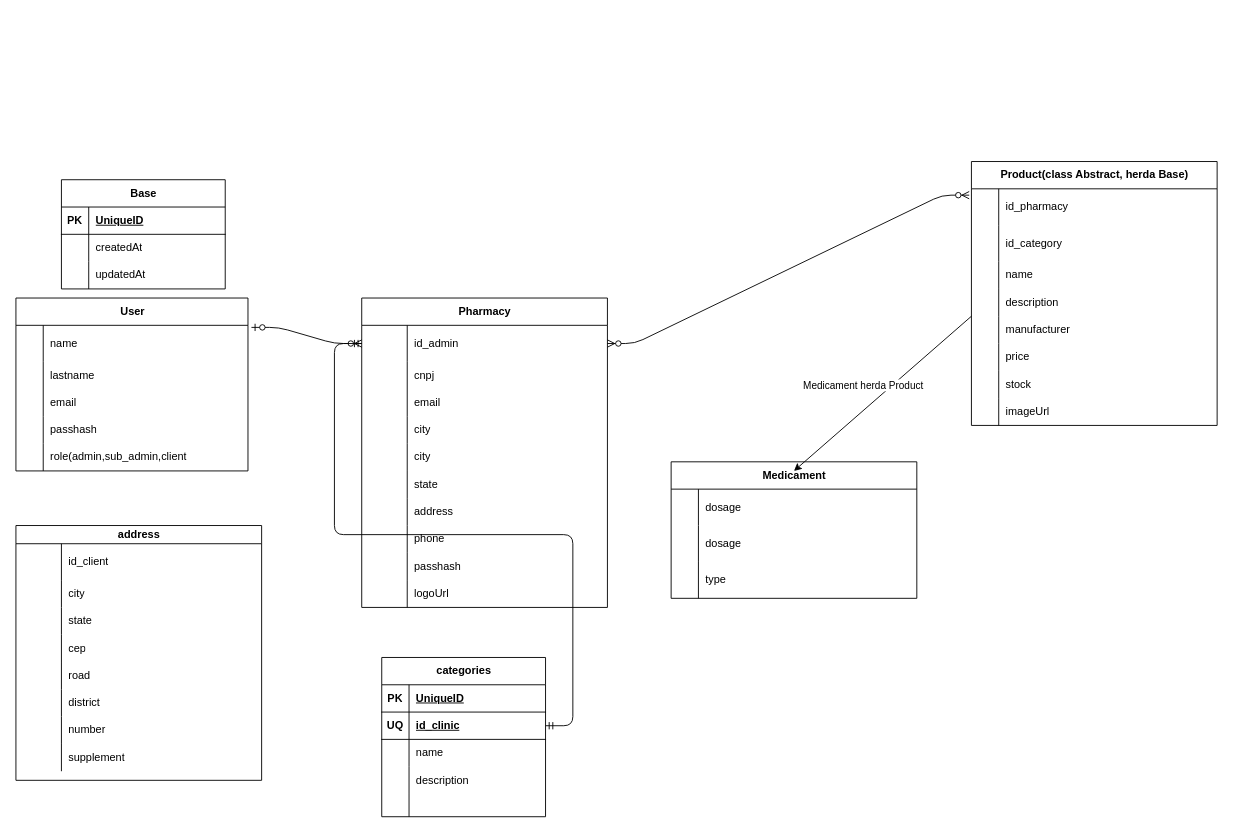
devdiego97/pharmacy-api keeps this draw.io diagram as doc.drawio. Above is the earlier version. Source tidied: cells renumbered, new cells numbered last; positions are measured from the earlier drawing's top-left corner, leaving out a move shared by most shapes. Both pictures are drawn from the tidied source at 91%, with x=0, y=0 at pixel (15, 161).
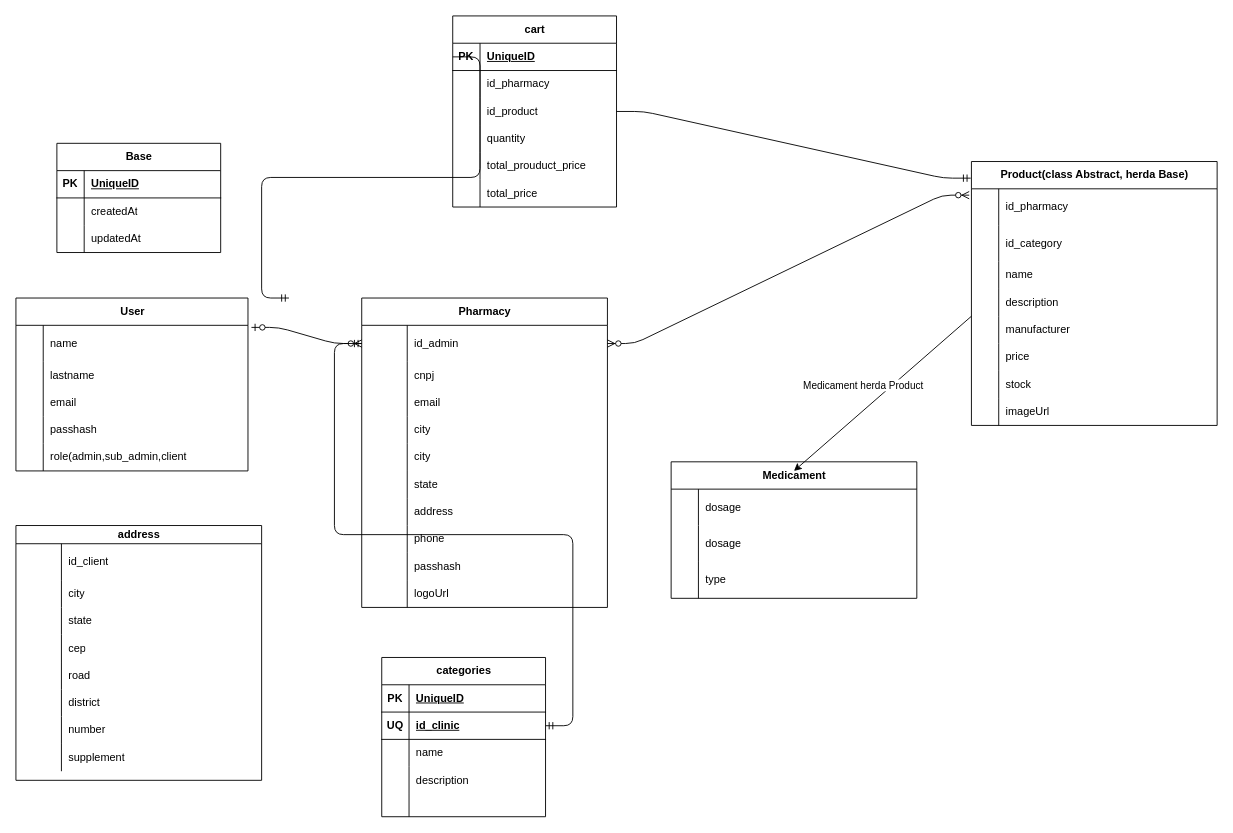
Above is the later version.

Unchanged cells that the change refers to:
```xml
<mxCell id="113" value="Product(class Abstract, herda Base)" style="shape=table;startSize=30;childLayout=tableLayout;rowLines=0;fontStyle=1;align=center;html=1;" parent="1" vertex="1">
  <mxGeometry x="1050" width="270" height="290" as="geometry" />
</mxCell>
```

Diff of the diagram source:
```diff
@@
     <mxCell id="2" value="Base" style="shape=table;startSize=30;childLayout=tableLayout;rowLines=0;fontStyle=1;align=center;html=1;" parent="1" vertex="1">
-      <mxGeometry x="50" y="20" width="180" height="120" as="geometry" />
+      <mxGeometry x="45" y="-20" width="180" height="120" as="geometry" />
     </mxCell>
@@
+    <mxCell id="140" value="cart" style="shape=table;startSize=30;childLayout=tableLayout;rowLines=0;fontStyle=1;align=center;html=1;" parent="1" vertex="1">
+      <mxGeometry x="480" y="-160" width="180" height="210" as="geometry" />
+    </mxCell>
+    <mxCell id="141" style="shape=tableRow;horizontal=0;startSize=0;swimlaneHead=0;swimlaneBody=0;fillColor=none;points=[[0,0.5],[1,0.5]];portConstraint=eastwest;top=0;left=0;right=0;bottom=1;" parent="140" vertex="1">
+      <mxGeometry y="30" width="180" height="30" as="geometry" />
+    </mxCell>
+    <mxCell id="142" value="PK" style="shape=partialRectangle;fillColor=none;top=0;left=0;bottom=0;right=0;fontStyle=1;overflow=hidden;whiteSpace=wrap;html=1;" parent="141" vertex="1">
+      <mxGeometry width="30" height="30" as="geometry" />
+    </mxCell>
+    <mxCell id="143" value="UniqueID" style="shape=partialRectangle;fillColor=none;top=0;left=0;bottom=0;right=0;align=left;spacingLeft=6;fontStyle=5;overflow=hidden;whiteSpace=wrap;html=1;" parent="141" vertex="1">
+      <mxGeometry x="30" width="150" height="30" as="geometry" />
+    </mxCell>
+    <mxCell id="144" style="shape=tableRow;horizontal=0;startSize=0;swimlaneHead=0;swimlaneBody=0;fillColor=none;top=0;left=0;right=0;bottom=0;" parent="140" vertex="1">
+      <mxGeometry y="60" width="180" height="30" as="geometry" />
+    </mxCell>
+    <mxCell id="145" style="shape=partialRectangle;fillColor=none;top=0;left=0;bottom=0;right=0;overflow=hidden;whiteSpace=wrap;html=1;" parent="144" vertex="1">
+      <mxGeometry width="30" height="30" as="geometry" />
+    </mxCell>
+    <mxCell id="146" value="id_pharmacy" style="shape=partialRectangle;fillColor=none;top=0;left=0;bottom=0;right=0;align=left;spacingLeft=6;overflow=hidden;whiteSpace=wrap;html=1;" parent="144" vertex="1">
+      <mxGeometry x="30" width="150" height="30" as="geometry" />
+    </mxCell>
+    <mxCell id="147" style="shape=tableRow;horizontal=0;startSize=0;swimlaneHead=0;swimlaneBody=0;fillColor=none;points=[[0,0.5],[1,0.5]];portConstraint=eastwest;top=0;left=0;right=0;bottom=0;" parent="140" vertex="1">
+      <mxGeometry y="90" width="180" height="30" as="geometry" />
+    </mxCell>
+    <mxCell id="148" style="shape=partialRectangle;fillColor=none;top=0;left=0;bottom=0;right=0;overflow=hidden;whiteSpace=wrap;html=1;" parent="147" vertex="1">
+      <mxGeometry width="30" height="30" as="geometry" />
+    </mxCell>
+    <mxCell id="149" value="id_product" style="shape=partialRectangle;fillColor=none;top=0;left=0;bottom=0;right=0;align=left;spacingLeft=6;overflow=hidden;whiteSpace=wrap;html=1;" parent="147" vertex="1">
+      <mxGeometry x="30" width="150" height="30" as="geometry" />
+    </mxCell>
+    <mxCell id="150" style="shape=tableRow;horizontal=0;startSize=0;swimlaneHead=0;swimlaneBody=0;fillColor=none;top=0;left=0;right=0;bottom=0;" parent="140" vertex="1">
+      <mxGeometry y="120" width="180" height="30" as="geometry" />
+    </mxCell>
+    <mxCell id="151" style="shape=partialRectangle;fillColor=none;top=0;left=0;bottom=0;right=0;overflow=hidden;whiteSpace=wrap;html=1;" parent="150" vertex="1">
+      <mxGeometry width="30" height="30" as="geometry" />
+    </mxCell>
+    <mxCell id="152" value="quantity" style="shape=partialRectangle;fillColor=none;top=0;left=0;bottom=0;right=0;align=left;spacingLeft=6;overflow=hidden;whiteSpace=wrap;html=1;" parent="150" vertex="1">
+      <mxGeometry x="30" width="150" height="30" as="geometry" />
+    </mxCell>
+    <mxCell id="153" style="shape=tableRow;horizontal=0;startSize=0;swimlaneHead=0;swimlaneBody=0;fillColor=none;top=0;left=0;right=0;bottom=0;" parent="140" vertex="1">
+      <mxGeometry y="150" width="180" height="30" as="geometry" />
+    </mxCell>
+    <mxCell id="154" style="shape=partialRectangle;fillColor=none;top=0;left=0;bottom=0;right=0;overflow=hidden;whiteSpace=wrap;html=1;" parent="153" vertex="1">
+      <mxGeometry width="30" height="30" as="geometry" />
+    </mxCell>
+    <mxCell id="155" value="total_prouduct_price" style="shape=partialRectangle;fillColor=none;top=0;left=0;bottom=0;right=0;align=left;spacingLeft=6;overflow=hidden;whiteSpace=wrap;html=1;" parent="153" vertex="1">
+      <mxGeometry x="30" width="150" height="30" as="geometry" />
+    </mxCell>
+    <mxCell id="156" style="shape=tableRow;horizontal=0;startSize=0;swimlaneHead=0;swimlaneBody=0;fillColor=none;top=0;left=0;right=0;bottom=0;" parent="140" vertex="1">
+      <mxGeometry y="180" width="180" height="30" as="geometry" />
+    </mxCell>
+    <mxCell id="157" style="shape=partialRectangle;fillColor=none;top=0;left=0;bottom=0;right=0;overflow=hidden;whiteSpace=wrap;html=1;" parent="156" vertex="1">
+      <mxGeometry width="30" height="30" as="geometry" />
+    </mxCell>
+    <mxCell id="158" value="total_price" style="shape=partialRectangle;fillColor=none;top=0;left=0;bottom=0;right=0;align=left;spacingLeft=6;overflow=hidden;whiteSpace=wrap;html=1;" parent="156" vertex="1">
+      <mxGeometry x="30" width="150" height="30" as="geometry" />
+    </mxCell>
+    <mxCell id="159" style="edgeStyle=entityRelationEdgeStyle;fontSize=12;html=1;endArrow=ERmandOne;entryX=-0.003;entryY=0.063;entryDx=0;entryDy=0;entryPerimeter=0;exitX=1;exitY=0.5;exitDx=0;exitDy=0;" parent="1" edge="1" source="147" target="113">
+      <mxGeometry relative="1" as="geometry" />
+    </mxCell>
+    <mxCell id="160" style="edgeStyle=entityRelationEdgeStyle;fontSize=12;html=1;endArrow=ERmandOne;exitX=0;exitY=0.5;exitDx=0;exitDy=0;" parent="1" edge="1" source="141">
+      <mxGeometry relative="1" as="geometry">
+        <mxPoint x="300" y="150" as="targetPoint" />
+      </mxGeometry>
+    </mxCell>
```
